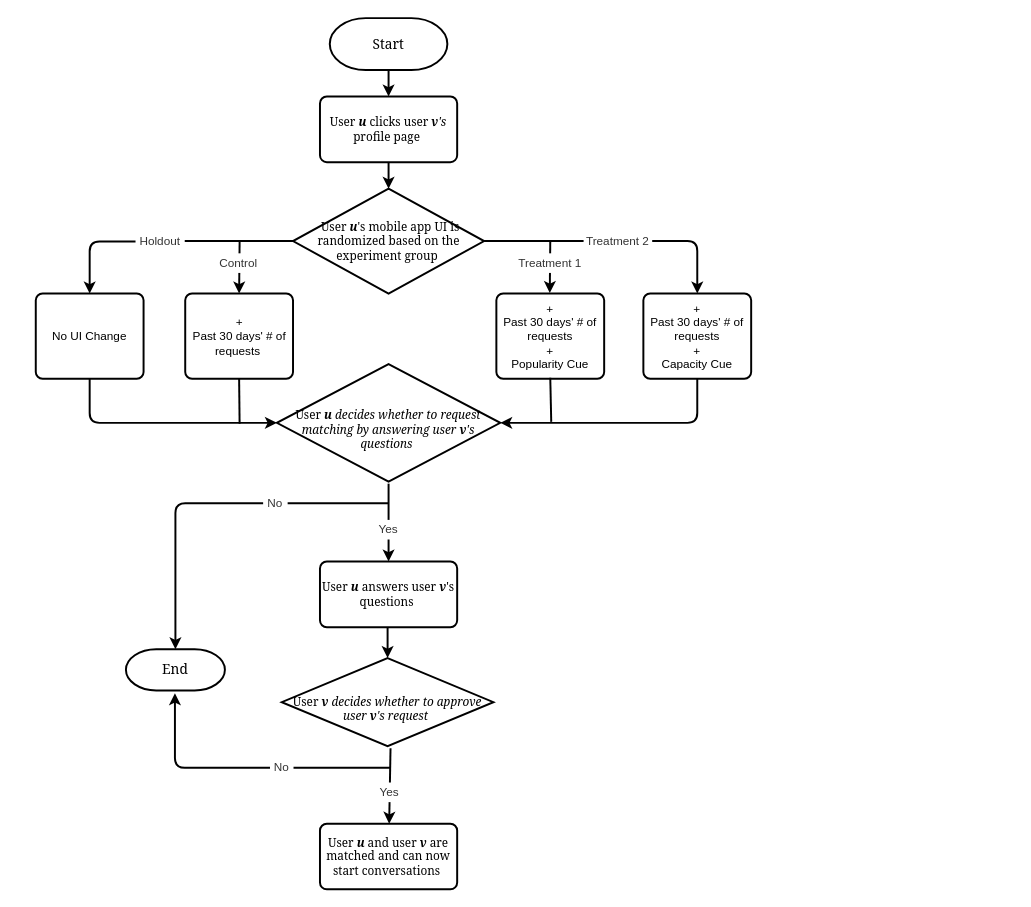
Earlier version of the draw.io diagram Summer Matching Process.drawio (yilihong/draw.io). Source tidied: cells renumbered, new cells numbered last; positions are measured from the earlier drawing's top-left corner, leaving out a move shared by most shapes. Both pictures are drawn from the tidied source at 98%, with x=0, y=0 at pixel (35, 18).
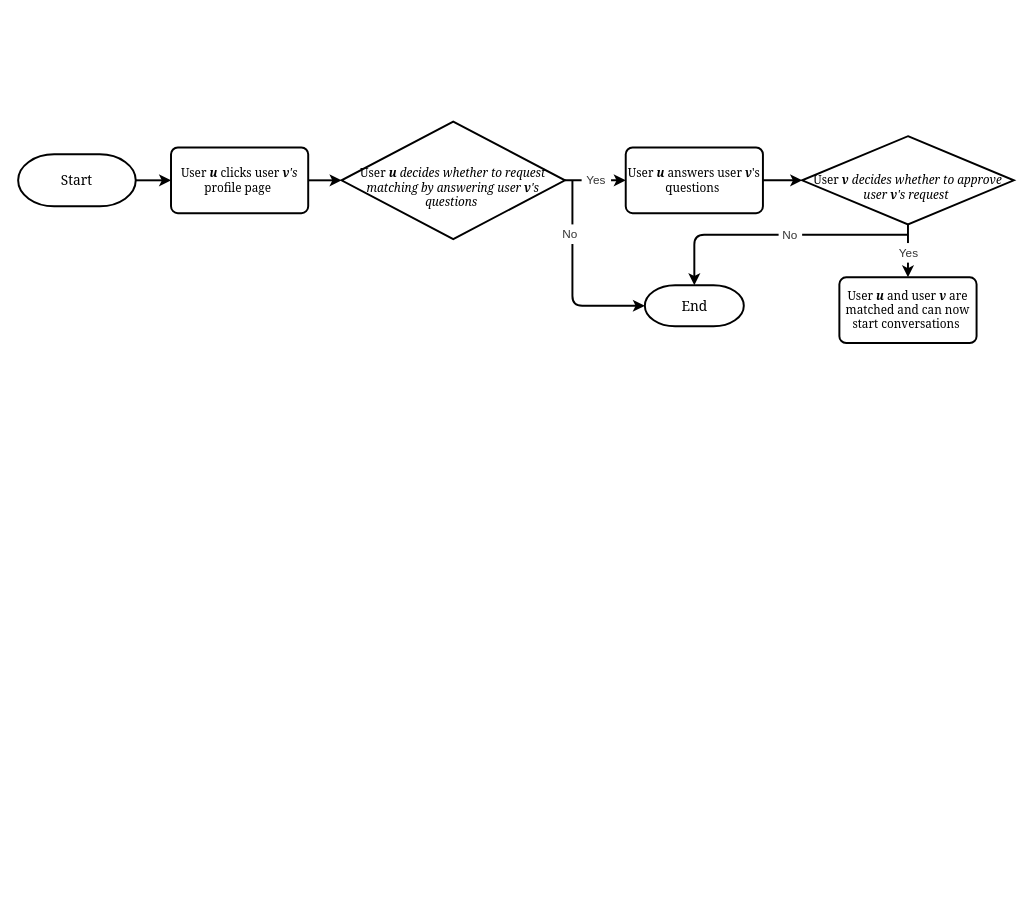
The same page after the edit.

Diff of the diagram source:
```diff
@@
     <mxCell id="2" value="&lt;font style=&quot;font-size: 14px&quot; face=&quot;Georgia&quot;&gt;Start&lt;/font&gt;" style="strokeWidth=2;html=1;shape=mxgraph.flowchart.terminator;whiteSpace=wrap;" parent="1" vertex="1">
-      <mxGeometry x="300" width="120" height="53" as="geometry" />
+      <mxGeometry x="-18" y="139" width="120" height="53" as="geometry" />
     </mxCell>
     <mxCell id="3" value="&lt;font face=&quot;Georgia&quot;&gt;User &lt;i&gt;&lt;b&gt;u&lt;/b&gt;&lt;/i&gt; clicks&amp;nbsp;&lt;/font&gt;&lt;span style=&quot;font-family: &amp;#34;georgia&amp;#34;&quot;&gt;user&amp;nbsp;&lt;/span&gt;&lt;i style=&quot;font-family: &amp;#34;georgia&amp;#34;&quot;&gt;&lt;b&gt;v&lt;/b&gt;'s&lt;/i&gt;&lt;font face=&quot;Georgia&quot;&gt;&lt;br&gt;profile page&amp;nbsp;&lt;/font&gt;" style="rounded=1;whiteSpace=wrap;html=1;absoluteArcSize=1;arcSize=14;strokeWidth=2;" parent="1" vertex="1">
-      <mxGeometry x="290" y="80" width="140" height="67" as="geometry" />
+      <mxGeometry x="138" y="132" width="140" height="67" as="geometry" />
     </mxCell>
-    <mxCell id="4" style="endArrow=classic;html=1;exitX=0.5;exitY=1;exitDx=0;exitDy=0;exitPerimeter=0;entryX=0.5;entryY=0;entryDx=0;entryDy=0;strokeWidth=2;" parent="1" edge="1" source="2" target="3">
+    <mxCell id="4" style="endArrow=classic;html=1;exitX=1;exitY=0.5;exitDx=0;exitDy=0;exitPerimeter=0;strokeWidth=2;" parent="1" edge="1" source="2" target="3">
       <mxGeometry relative="1" as="geometry" />
     </mxCell>
-    <mxCell id="5" value="&lt;font face=&quot;Georgia&quot;&gt;&amp;nbsp;User &lt;i&gt;&lt;b&gt;u&lt;/b&gt;&lt;/i&gt;'s mobile app UI is randomized based on the experiment group&amp;nbsp;&lt;/font&gt;" style="strokeWidth=2;html=1;shape=mxgraph.flowchart.decision;whiteSpace=wrap;" parent="1" vertex="1">
-      <mxGeometry x="262.5" y="174" width="195" height="107" as="geometry" />
-    </mxCell>
-    <mxCell id="6" style="endArrow=classic;html=1;exitX=0.5;exitY=1;exitDx=0;exitDy=0;entryX=0.5;entryY=0;entryDx=0;entryDy=0;strokeWidth=2;entryPerimeter=0;" parent="1" edge="1" source="3" target="5">
-      <mxGeometry relative="1" as="geometry" />
-    </mxCell>
-    <mxCell id="7" style="edgeStyle=segmentEdgeStyle;endArrow=classic;html=1;exitX=0;exitY=0.5;exitDx=0;exitDy=0;exitPerimeter=0;strokeWidth=2;entryX=0.5;entryY=0;entryDx=0;entryDy=0;" parent="1" edge="1" source="17" target="9">
-      <mxGeometry relative="1" as="geometry" />
-    </mxCell>
-    <mxCell id="8" style="edgeStyle=segmentEdgeStyle;endArrow=classic;html=1;exitX=1;exitY=0.5;exitDx=0;exitDy=0;exitPerimeter=0;strokeWidth=2;entryX=0.5;entryY=0;entryDx=0;entryDy=0;" parent="1" edge="1" source="5" target="12">
-      <mxGeometry relative="1" as="geometry" />
-    </mxCell>
-    <mxCell id="9" value="No UI Change" style="rounded=1;whiteSpace=wrap;html=1;absoluteArcSize=1;arcSize=14;strokeWidth=2;shadow=0;" parent="1" vertex="1">
-      <mxGeometry y="281" width="110" height="87" as="geometry" />
-    </mxCell>
-    <mxCell id="10" value="+ &lt;br&gt;Past 30 days' # of requests&amp;nbsp;" style="rounded=1;whiteSpace=wrap;html=1;absoluteArcSize=1;arcSize=14;strokeWidth=2;shadow=0;" parent="1" vertex="1">
-      <mxGeometry x="152.5" y="281" width="110" height="87" as="geometry" />
-    </mxCell>
-    <mxCell id="11" value="+ &lt;br&gt;Past 30 days' # of requests &lt;br&gt;+ &lt;br&gt;Popularity Cue" style="rounded=1;whiteSpace=wrap;html=1;absoluteArcSize=1;arcSize=14;strokeWidth=2;shadow=0;" parent="1" vertex="1">
-      <mxGeometry x="470" y="281" width="110" height="87" as="geometry" />
-    </mxCell>
-    <mxCell id="12" value="+ &lt;br&gt;Past 30 days' # of requests &lt;br&gt;+ &lt;br&gt;Capacity Cue" style="rounded=1;whiteSpace=wrap;html=1;absoluteArcSize=1;arcSize=14;strokeWidth=2;shadow=0;" parent="1" vertex="1">
-      <mxGeometry x="620" y="281" width="110" height="87" as="geometry" />
-    </mxCell>
-    <mxCell id="13" style="endArrow=classic;html=1;strokeWidth=2;entryX=0.5;entryY=0;entryDx=0;entryDy=0;" parent="1" edge="1" target="10">
-      <mxGeometry relative="1" as="geometry">
-        <mxPoint x="208" y="228" as="sourcePoint" />
-      </mxGeometry>
-    </mxCell>
-    <mxCell id="14" style="endArrow=classic;html=1;strokeWidth=2;entryX=0.5;entryY=0;entryDx=0;entryDy=0;" parent="1" edge="1">
-      <mxGeometry relative="1" as="geometry">
-        <mxPoint x="525" y="227.5" as="sourcePoint" />
-        <mxPoint x="524.5" y="280.5" as="targetPoint" />
-      </mxGeometry>
-    </mxCell>
     <mxCell id="15" value="&lt;font face=&quot;Georgia&quot;&gt;&lt;br&gt;User &lt;i&gt;&lt;b&gt;u &lt;/b&gt;decides whether to request matching by answering user&amp;nbsp;&lt;b&gt;v&lt;/b&gt;'s questions&lt;/i&gt;&amp;nbsp;&lt;/font&gt;" style="strokeWidth=2;html=1;shape=mxgraph.flowchart.decision;whiteSpace=wrap;" parent="1" vertex="1">
-      <mxGeometry x="246" y="353" width="228" height="120" as="geometry" />
+      <mxGeometry x="312" y="105.5" width="228" height="120" as="geometry" />
     </mxCell>
-    <mxCell id="16" style="edgeStyle=segmentEdgeStyle;endArrow=classic;html=1;exitX=0;exitY=0.5;exitDx=0;exitDy=0;exitPerimeter=0;strokeWidth=2;entryX=0.5;entryY=0;entryDx=0;entryDy=0;" parent="1" edge="1" source="5" target="17">
-      <mxGeometry relative="1" as="geometry" />
-    </mxCell>
-    <mxCell id="17" value="Holdout" style="text;html=1;align=center;verticalAlign=middle;whiteSpace=wrap;rounded=0;shadow=0;fillColor=#FFFFFF;strokeColor=none;fontColor=#333333;" parent="1" vertex="1">
-      <mxGeometry x="102" y="218" width="50" height="20" as="geometry" />
-    </mxCell>
-    <mxCell id="18" value="Control" style="text;html=1;align=center;verticalAlign=middle;whiteSpace=wrap;rounded=0;shadow=0;fillColor=#FFFFFF;strokeColor=none;fontColor=#333333;" parent="1" vertex="1">
-      <mxGeometry x="181.5" y="240" width="50" height="20" as="geometry" />
-    </mxCell>
-    <mxCell id="19" value="Treatment 2" style="text;html=1;align=center;verticalAlign=middle;whiteSpace=wrap;rounded=0;shadow=0;fillColor=#FFFFFF;strokeColor=none;fontColor=#333333;" parent="1" vertex="1">
-      <mxGeometry x="559" y="218" width="70" height="20" as="geometry" />
-    </mxCell>
-    <mxCell id="20" value="Treatment 1" style="text;html=1;align=center;verticalAlign=middle;whiteSpace=wrap;rounded=0;shadow=0;fillColor=#FFFFFF;strokeColor=none;fontColor=#333333;" parent="1" vertex="1">
-      <mxGeometry x="490" y="240" width="70" height="20" as="geometry" />
-    </mxCell>
-    <mxCell id="21" style="edgeStyle=segmentEdgeStyle;endArrow=classic;html=1;strokeWidth=2;entryX=0;entryY=0.5;entryDx=0;entryDy=0;entryPerimeter=0;exitX=0.5;exitY=1;exitDx=0;exitDy=0;" parent="1" edge="1" source="9" target="15">
-      <mxGeometry relative="1" as="geometry">
-        <Array as="points">
-          <mxPoint x="55" y="413" />
-        </Array>
-      </mxGeometry>
-    </mxCell>
-    <mxCell id="22" style="endArrow=none;html=1;strokeWidth=2;exitX=0.5;exitY=1;exitDx=0;exitDy=0;endFill=0;" parent="1" edge="1" source="10">
-      <mxGeometry relative="1" as="geometry">
-        <mxPoint x="208" y="414" as="targetPoint" />
-      </mxGeometry>
-    </mxCell>
-    <mxCell id="23" style="endArrow=none;html=1;strokeWidth=2;exitX=0.5;exitY=1;exitDx=0;exitDy=0;endFill=0;" parent="1" edge="1">
-      <mxGeometry relative="1" as="geometry">
-        <mxPoint x="525" y="367" as="sourcePoint" />
-        <mxPoint x="526" y="412" as="targetPoint" />
-      </mxGeometry>
-    </mxCell>
-    <mxCell id="24" style="edgeStyle=segmentEdgeStyle;endArrow=classic;html=1;strokeWidth=2;entryX=1;entryY=0.5;entryDx=0;entryDy=0;entryPerimeter=0;exitX=0.5;exitY=1;exitDx=0;exitDy=0;" parent="1" edge="1" source="12" target="15">
-      <mxGeometry relative="1" as="geometry">
-        <Array as="points">
-          <mxPoint x="675" y="413" />
-        </Array>
-      </mxGeometry>
-    </mxCell>
-    <mxCell id="25" style="endArrow=classic;html=1;strokeWidth=2;entryX=0.5;entryY=0;entryDx=0;entryDy=0;" parent="1" edge="1" target="30">
-      <mxGeometry relative="1" as="geometry">
-        <mxPoint x="360" y="475" as="sourcePoint" />
-      </mxGeometry>
+    <mxCell id="25" style="endArrow=classic;html=1;strokeWidth=2;exitX=1;exitY=0.5;exitDx=0;exitDy=0;exitPerimeter=0;" parent="1" edge="1" source="15" target="30">
+      <mxGeometry relative="1" as="geometry" />
     </mxCell>
     <mxCell id="26" value="&lt;font style=&quot;font-size: 14px&quot; face=&quot;Georgia&quot;&gt;End&lt;/font&gt;" style="strokeWidth=2;html=1;shape=mxgraph.flowchart.terminator;whiteSpace=wrap;" parent="1" vertex="1">
-      <mxGeometry x="92" y="644" width="101" height="42" as="geometry" />
+      <mxGeometry x="621.5" y="272.5" width="101" height="42" as="geometry" />
     </mxCell>
-    <mxCell id="27" style="edgeStyle=segmentEdgeStyle;endArrow=classic;html=1;strokeWidth=2;" parent="1" edge="1" target="26">
+    <mxCell id="27" style="edgeStyle=segmentEdgeStyle;endArrow=classic;html=1;strokeWidth=2;exitX=1;exitY=0.5;exitDx=0;exitDy=0;exitPerimeter=0;entryX=0;entryY=0.5;entryDx=0;entryDy=0;entryPerimeter=0;" parent="1" edge="1" target="26">
       <mxGeometry relative="1" as="geometry">
-        <mxPoint x="360" y="495" as="sourcePoint" />
+        <mxPoint x="547.6" y="166" as="sourcePoint" />
+        <Array as="points">
+          <mxPoint x="548" y="293" />
+        </Array>
       </mxGeometry>
     </mxCell>
     <mxCell id="28" value="No" style="text;html=1;align=center;verticalAlign=middle;whiteSpace=wrap;rounded=0;shadow=0;fillColor=#FFFFFF;strokeColor=none;fontColor=#333333;" parent="1" vertex="1">
-      <mxGeometry x="232" y="485" width="25" height="20" as="geometry" />
+      <mxGeometry x="533" y="210.5" width="25" height="20" as="geometry" />
     </mxCell>
     <mxCell id="29" value="Yes" style="text;html=1;align=center;verticalAlign=middle;whiteSpace=wrap;rounded=0;shadow=0;fillColor=#FFFFFF;strokeColor=none;fontColor=#333333;" parent="1" vertex="1">
-      <mxGeometry x="345" y="512" width="30" height="20" as="geometry" />
+      <mxGeometry x="557" y="155.5" width="30" height="20" as="geometry" />
     </mxCell>
     <mxCell id="30" value="&lt;span style=&quot;font-family: &amp;#34;georgia&amp;#34;&quot;&gt;User&amp;nbsp;&lt;/span&gt;&lt;i style=&quot;font-family: &amp;#34;georgia&amp;#34;&quot;&gt;&lt;b&gt;u&lt;/b&gt;&lt;/i&gt;&lt;span style=&quot;font-family: &amp;#34;georgia&amp;#34;&quot;&gt;&amp;nbsp;answers user &lt;b&gt;&lt;i&gt;v&lt;/i&gt;&lt;/b&gt;'s questions&amp;nbsp;&lt;/span&gt;" style="rounded=1;whiteSpace=wrap;html=1;absoluteArcSize=1;arcSize=14;strokeWidth=2;" parent="1" vertex="1">
-      <mxGeometry x="290" y="554.5" width="140" height="67" as="geometry" />
+      <mxGeometry x="602" y="132" width="140" height="67" as="geometry" />
     </mxCell>
     <mxCell id="31" value="&lt;font face=&quot;Georgia&quot;&gt;&lt;br&gt;User &lt;i&gt;&lt;b&gt;v&amp;nbsp;&lt;/b&gt;decides whether to approve user&amp;nbsp;&lt;b&gt;v&lt;/b&gt;'s request&lt;/i&gt;&amp;nbsp;&lt;/font&gt;" style="strokeWidth=2;html=1;shape=mxgraph.flowchart.decision;whiteSpace=wrap;" parent="1" vertex="1">
-      <mxGeometry x="251" y="653" width="216" height="90" as="geometry" />
+      <mxGeometry x="782" y="120.5" width="216" height="90" as="geometry" />
     </mxCell>
-    <mxCell id="32" style="endArrow=classic;html=1;strokeWidth=2;" parent="1" edge="1">
-      <mxGeometry relative="1" as="geometry">
-        <mxPoint x="359" y="621.5" as="sourcePoint" />
-        <mxPoint x="359" y="653" as="targetPoint" />
-      </mxGeometry>
+    <mxCell id="32" style="endArrow=classic;html=1;strokeWidth=2;exitX=1;exitY=0.5;exitDx=0;exitDy=0;" parent="1" edge="1" source="30" target="31">
+      <mxGeometry relative="1" as="geometry" />
     </mxCell>
-    <mxCell id="33" style="endArrow=classic;html=1;strokeWidth=2;" parent="1" edge="1" target="37">
-      <mxGeometry relative="1" as="geometry">
-        <mxPoint x="362" y="745" as="sourcePoint" />
-      </mxGeometry>
+    <mxCell id="33" style="endArrow=classic;html=1;strokeWidth=2;exitX=0.5;exitY=1;exitDx=0;exitDy=0;exitPerimeter=0;" parent="1" edge="1" source="31" target="37">
+      <mxGeometry relative="1" as="geometry" />
     </mxCell>
-    <mxCell id="34" style="edgeStyle=segmentEdgeStyle;endArrow=classic;html=1;strokeWidth=2;" parent="1" edge="1">
+    <mxCell id="34" style="edgeStyle=segmentEdgeStyle;endArrow=classic;html=1;strokeWidth=2;" parent="1" edge="1" target="26">
       <mxGeometry relative="1" as="geometry">
-        <mxPoint x="362" y="765" as="sourcePoint" />
-        <mxPoint x="142" y="689" as="targetPoint" />
+        <mxPoint x="890" y="221" as="sourcePoint" />
       </mxGeometry>
     </mxCell>
     <mxCell id="35" value="No" style="text;html=1;align=center;verticalAlign=middle;whiteSpace=wrap;rounded=0;shadow=0;fillColor=#FFFFFF;strokeColor=none;fontColor=#333333;" parent="1" vertex="1">
-      <mxGeometry x="239" y="755" width="24" height="20" as="geometry" />
+      <mxGeometry x="758" y="211.5" width="24" height="20" as="geometry" />
     </mxCell>
     <mxCell id="36" value="Yes" style="text;html=1;align=center;verticalAlign=middle;whiteSpace=wrap;rounded=0;shadow=0;fillColor=#FFFFFF;strokeColor=none;fontColor=#333333;" parent="1" vertex="1">
-      <mxGeometry x="346" y="780" width="30" height="20" as="geometry" />
+      <mxGeometry x="876" y="229.5" width="30" height="20" as="geometry" />
     </mxCell>
     <mxCell id="37" value="&lt;span style=&quot;font-family: &amp;#34;georgia&amp;#34;&quot;&gt;User&amp;nbsp;&lt;/span&gt;&lt;i style=&quot;font-family: &amp;#34;georgia&amp;#34;&quot;&gt;&lt;b&gt;u&lt;/b&gt;&lt;/i&gt;&lt;span style=&quot;font-family: &amp;#34;georgia&amp;#34;&quot;&gt;&amp;nbsp;and user &lt;b style=&quot;font-style: italic&quot;&gt;v &lt;/b&gt;are matched and&amp;nbsp;can now start conversations&amp;nbsp;&lt;/span&gt;" style="rounded=1;whiteSpace=wrap;html=1;absoluteArcSize=1;arcSize=14;strokeWidth=2;" parent="1" vertex="1">
-      <mxGeometry x="290" y="822" width="140" height="67" as="geometry" />
+      <mxGeometry x="820" y="264.5" width="140" height="67" as="geometry" />
     </mxCell>
+    <mxCell id="38" style="endArrow=classic;html=1;exitX=1;exitY=0.5;exitDx=0;exitDy=0;strokeWidth=2;" parent="1" edge="1" source="3" target="15">
+      <mxGeometry relative="1" as="geometry" />
+    </mxCell>
```
